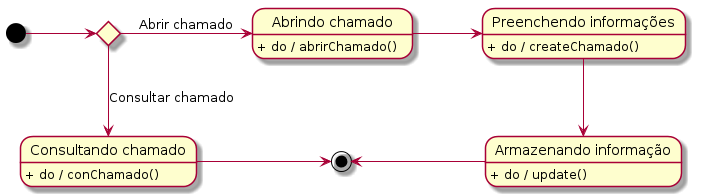
The PlantUML diagram doc/uml/maquina de estado/chamados.png in VictorCarlquist/HelpMeNow, before a commit.
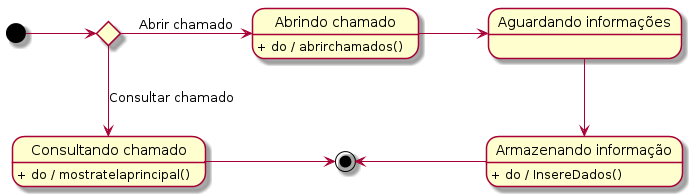
Above is the later version.

What changed in the source:
```diff
@@ -1,6 +1,6 @@
 @startuml
 	state "Abrindo chamado" as abrir
-	state "Preenchendo informações" as pre
+	state "Aguardando informações" as pre
 	state "Armazenando informação" as registrar
 	state "Consultando chamado" as con
 
@@ -9,15 +9,14 @@
 	[*] -> ifopt
 
 	ifopt-> abrir : Abrir chamado
-	abrir: + do / abrirChamado()
+	abrir: + do / abrirchamados()
 	abrir -> pre
-	pre: + do / createChamado()
 	pre --> registrar
-	registrar: + do / update()
+	registrar: + do / InsereDados()
 	registrar -> [*]
 
 	ifopt--> con : Consultar chamado
-	con : + do / conChamado()
+	con : + do / mostratelaprincipal()
 	con -> [*]
 
 @enduml
```
